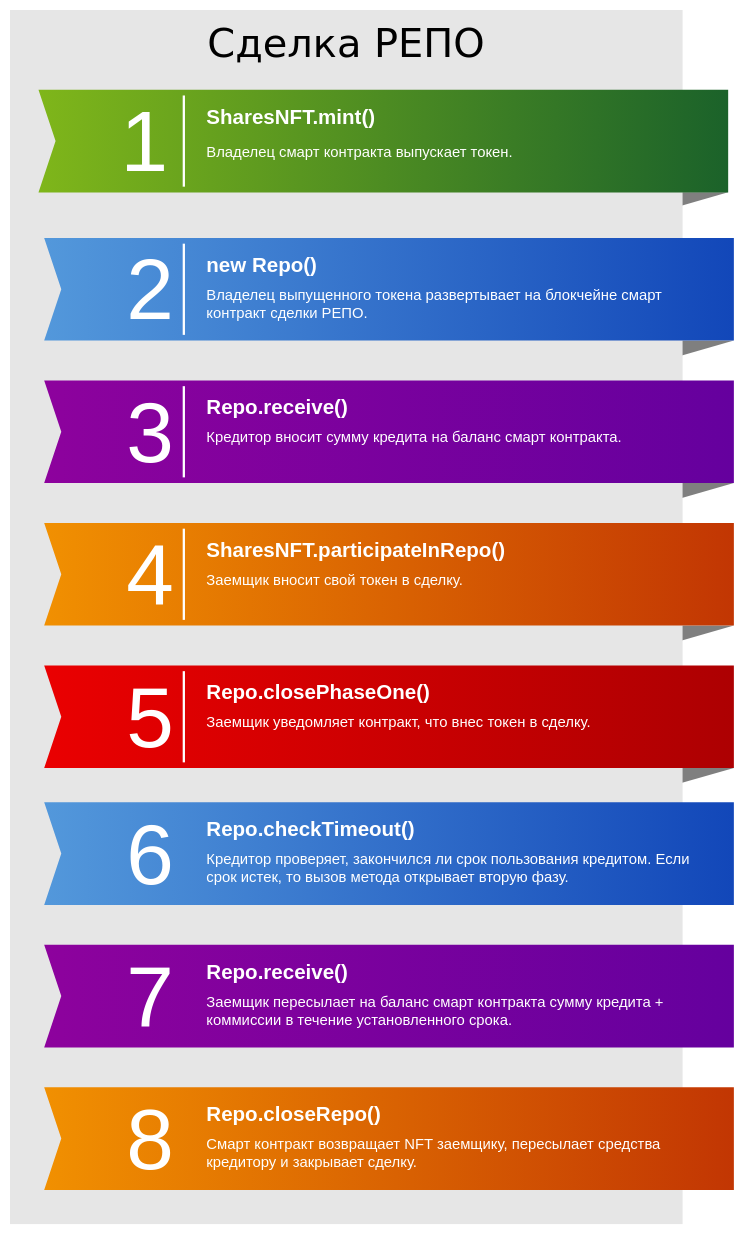
The draw.io diagram img/call_sequence.drawio in Hypotalamus/Repo, before the edit. Source tidied: cells renumbered, new cells numbered last; positions are measured from the earlier drawing's top-left corner, leaving out a move shared by most shapes. Both pictures are drawn from the tidied source at 57%, with x=0, y=0 at pixel (10, 10).
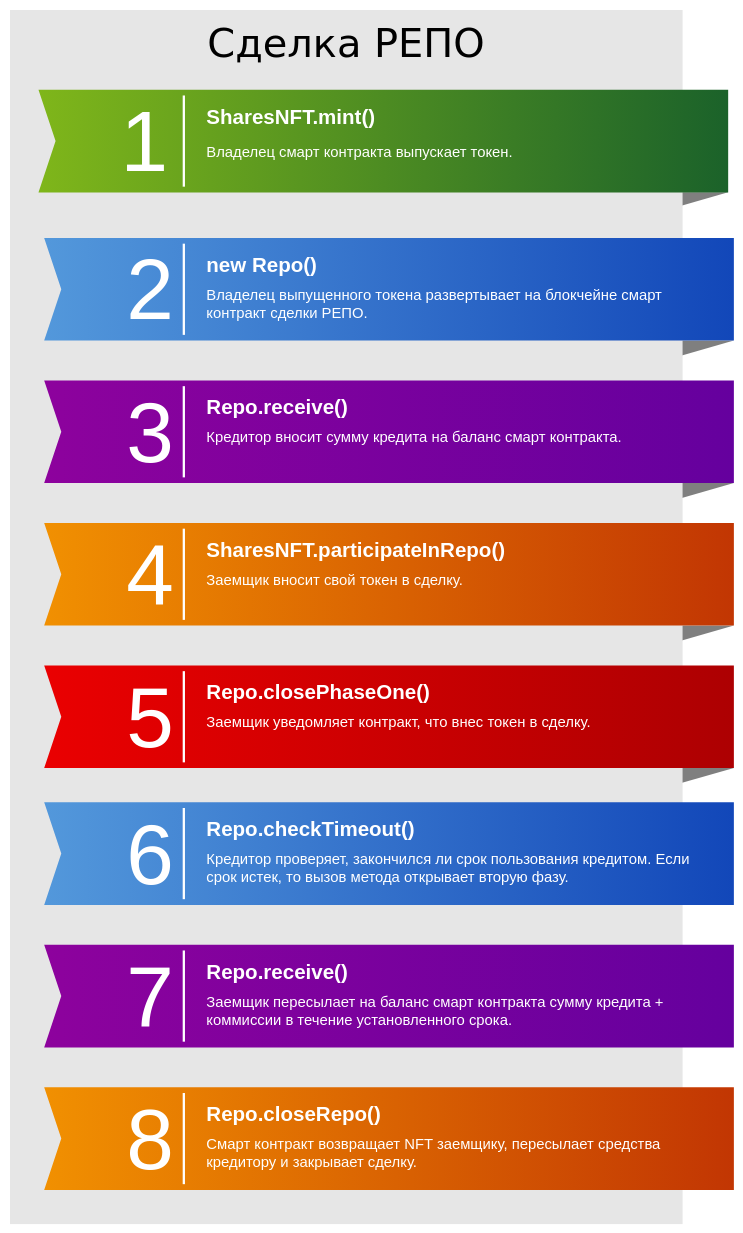
After the change.

Diff of the diagram source:
```diff
@@
+    <mxCell id="37" style="line;strokeWidth=4;direction=south;html=1;rounded=0;shadow=0;dashed=0;fillColor=none;gradientColor=#AD0002;fontFamily=Helvetica;fontSize=150;fontColor=#FFFFFF;align=right;strokeColor=#FFFFFF;" parent="1" vertex="1">
+      <mxGeometry x="300" y="1400" width="10" height="160" as="geometry" />
+    </mxCell>
+    <mxCell id="38" style="line;strokeWidth=4;direction=south;html=1;rounded=0;shadow=0;dashed=0;fillColor=none;gradientColor=#AD0002;fontFamily=Helvetica;fontSize=150;fontColor=#FFFFFF;align=right;strokeColor=#FFFFFF;" parent="1" vertex="1">
+      <mxGeometry x="300" y="1650" width="10" height="160" as="geometry" />
+    </mxCell>
+    <mxCell id="39" style="line;strokeWidth=4;direction=south;html=1;rounded=0;shadow=0;dashed=0;fillColor=none;gradientColor=#AD0002;fontFamily=Helvetica;fontSize=150;fontColor=#FFFFFF;align=right;strokeColor=#FFFFFF;" parent="1" vertex="1">
+      <mxGeometry x="300" y="1900" width="10" height="160" as="geometry" />
+    </mxCell>
```
